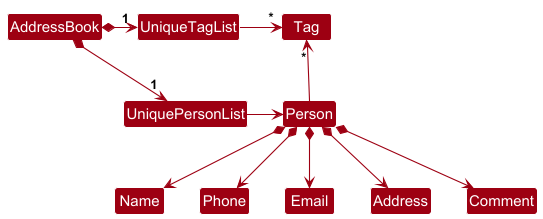
Earlier version of the PlantUML export docs/images/BetterModelClassDiagram.png (nus-cs2103-AY2425S1/tp).
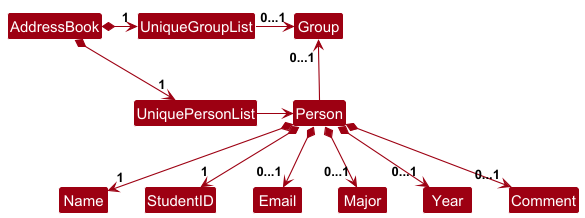
Later version of the same file.

Commit message:
Update UML diagrams for DG

What changed in the source:
```diff
@@ -5,18 +5,24 @@
 skinparam classBackgroundColor MODEL_COLOR
 
 AddressBook *-right-> "1" UniquePersonList
-AddressBook *-right-> "1" UniqueTagList
-UniqueTagList -[hidden]down- UniquePersonList
-UniqueTagList -[hidden]down- UniquePersonList
+AddressBook *-right-> "1" UniqueGroupList
+UniqueGroupList -[hidden]down- UniquePersonList
+UniqueGroupList -[hidden]down- UniquePersonList
 
-UniqueTagList -right-> "*" Tag
+UniqueGroupList -right-> "0...1" Group
 UniquePersonList -right-> Person
 
-Person -up-> "*" Tag
+Person -up-> "0...1" Group
 
-Person *--> Name
-Person *--> Phone
-Person *--> Email
-Person *--> Address
-Person *--> Comment
+Person *--> "1" Name
+Person *--> "1" StudentID
+Person *--> "0...1" Major
+Person *--> "0...1" Email
+Person *--> "0...1" Year
+Person *--> "0...1" Comment
+
+Name -[hidden]right-> StudentID
+StudentID -[hidden]right-> Email
+Email -[hidden]right-> Major
+Major -[hidden]right-> Year
 @enduml
```
